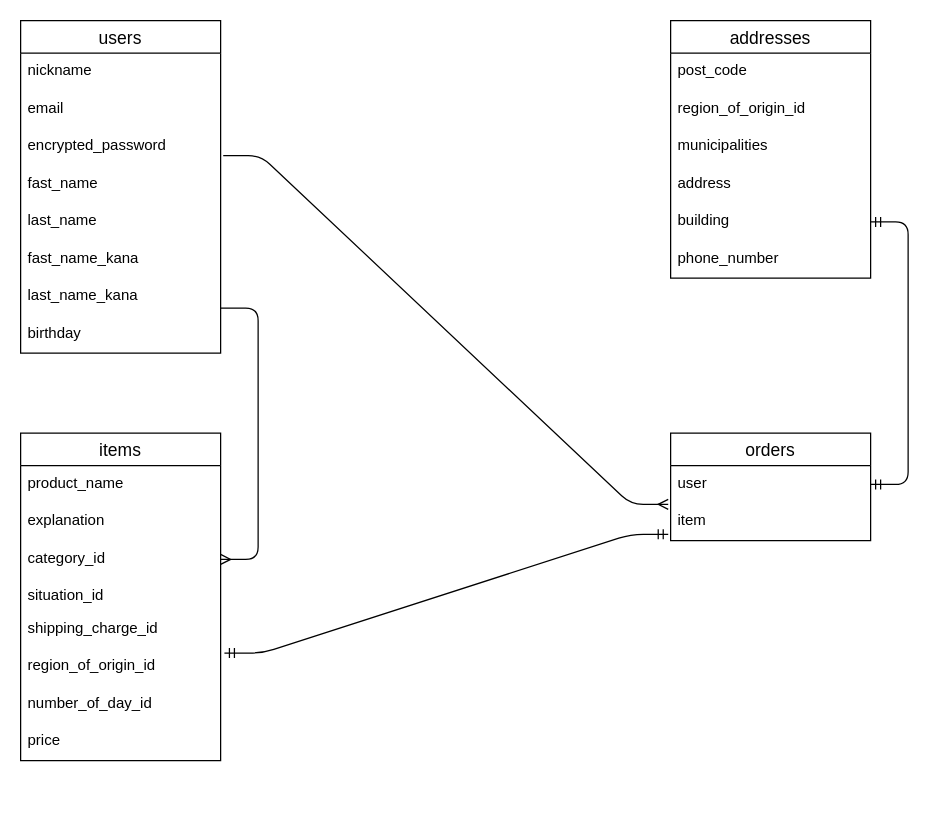
Before: furima.dio in satsukirain/furima-38697, a draw.io diagram. Source tidied: cells renumbered, new cells numbered last; positions are measured from the earlier drawing's top-left corner, leaving out a move shared by most shapes. Both pictures are drawn from the tidied source at 125%, with x=0, y=0 at pixel (20, 20).
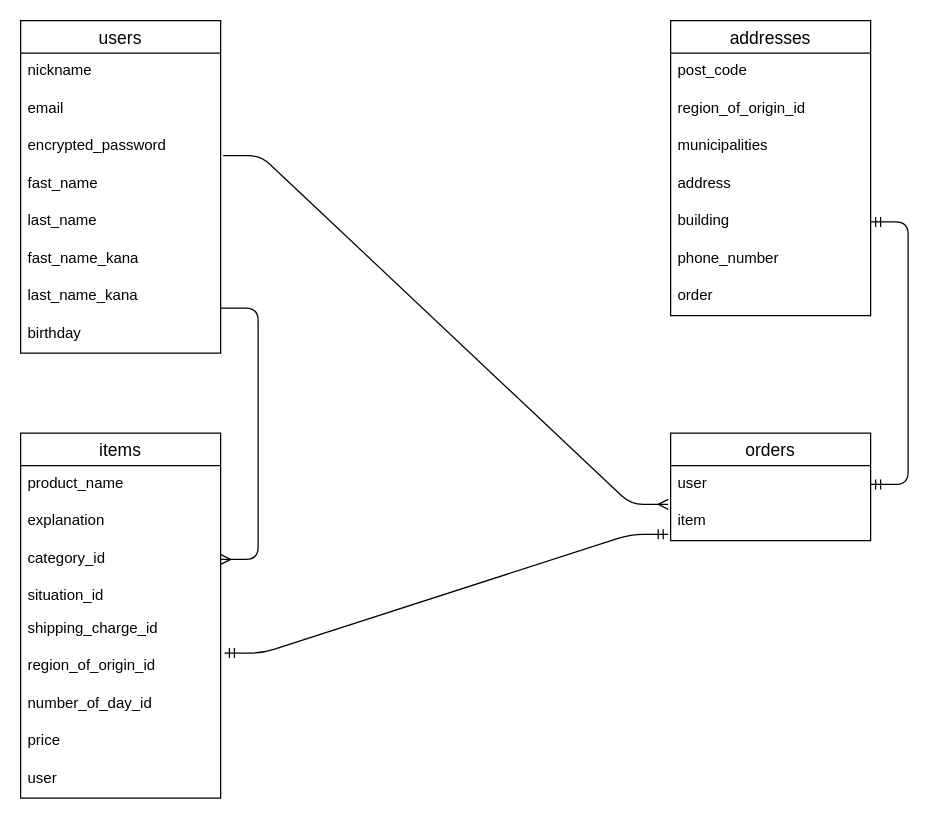
Above is the later version.

What changed in the source:
```diff
@@
     <mxCell id="2" value="addresses" style="swimlane;fontStyle=0;horizontal=1;startSize=26;align=center;fontSize=14;" parent="1" vertex="1">
-      <mxGeometry x="520" width="160" height="206" as="geometry" />
+      <mxGeometry x="520" width="160" height="236" as="geometry" />
     </mxCell>
@@
+    <mxCell id="34" value="phone_number" style="text;strokeColor=none;fillColor=none;spacingLeft=4;spacingRight=4;overflow=hidden;fontSize=12;" parent="2" vertex="1">
+      <mxGeometry y="176" width="160" height="30" as="geometry" />
+    </mxCell>
-    <mxCell id="8" value="phone_number" style="text;strokeColor=none;fillColor=none;spacingLeft=4;spacingRight=4;overflow=hidden;fontSize=12;" parent="2" vertex="1">
-      <mxGeometry y="176" width="160" height="30" as="geometry" />
+    <mxCell id="8" value="order" style="text;strokeColor=none;fillColor=none;spacingLeft=4;spacingRight=4;overflow=hidden;fontSize=12;" parent="2" vertex="1">
+      <mxGeometry y="206" width="160" height="30" as="geometry" />
     </mxCell>
     <mxCell id="9" value="items" style="swimlane;fontStyle=0;horizontal=1;startSize=26;align=center;fontSize=14;" parent="1" vertex="1">
-      <mxGeometry y="330" width="160" height="262" as="geometry" />
+      <mxGeometry y="330" width="160" height="292" as="geometry" />
     </mxCell>
@@
+    <mxCell id="35" value="price" style="text;strokeColor=none;fillColor=none;spacingLeft=4;spacingRight=4;overflow=hidden;fontSize=12;" parent="9" vertex="1">
+      <mxGeometry y="232" width="160" height="30" as="geometry" />
+    </mxCell>
-    <mxCell id="17" value="price" style="text;strokeColor=none;fillColor=none;spacingLeft=4;spacingRight=4;overflow=hidden;fontSize=12;" parent="9" vertex="1">
-      <mxGeometry y="232" width="160" height="30" as="geometry" />
+    <mxCell id="17" value="user" style="text;strokeColor=none;fillColor=none;spacingLeft=4;spacingRight=4;overflow=hidden;fontSize=12;" parent="9" vertex="1">
+      <mxGeometry y="262" width="160" height="30" as="geometry" />
     </mxCell>
```
